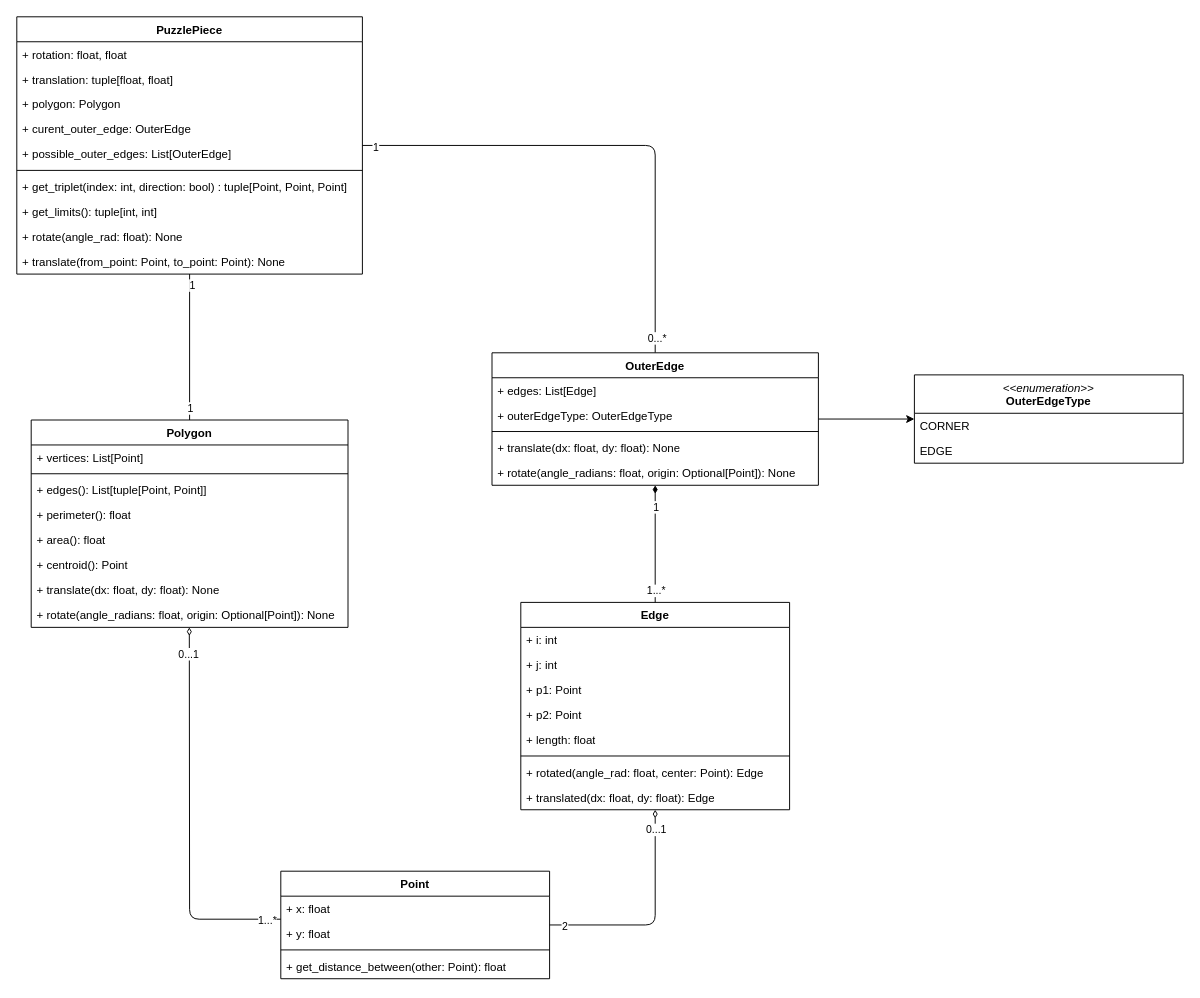
The draw.io diagram diagrams/PuzzlePieceClassDiagram.drawio in pren-puzzle-robot/simulator, before the edit. Source tidied: cells renumbered, new cells numbered last; positions are measured from the earlier drawing's top-left corner, leaving out a move shared by most shapes. Both pictures are drawn from the tidied source at 96%, with x=0, y=0 at pixel (16, 16).
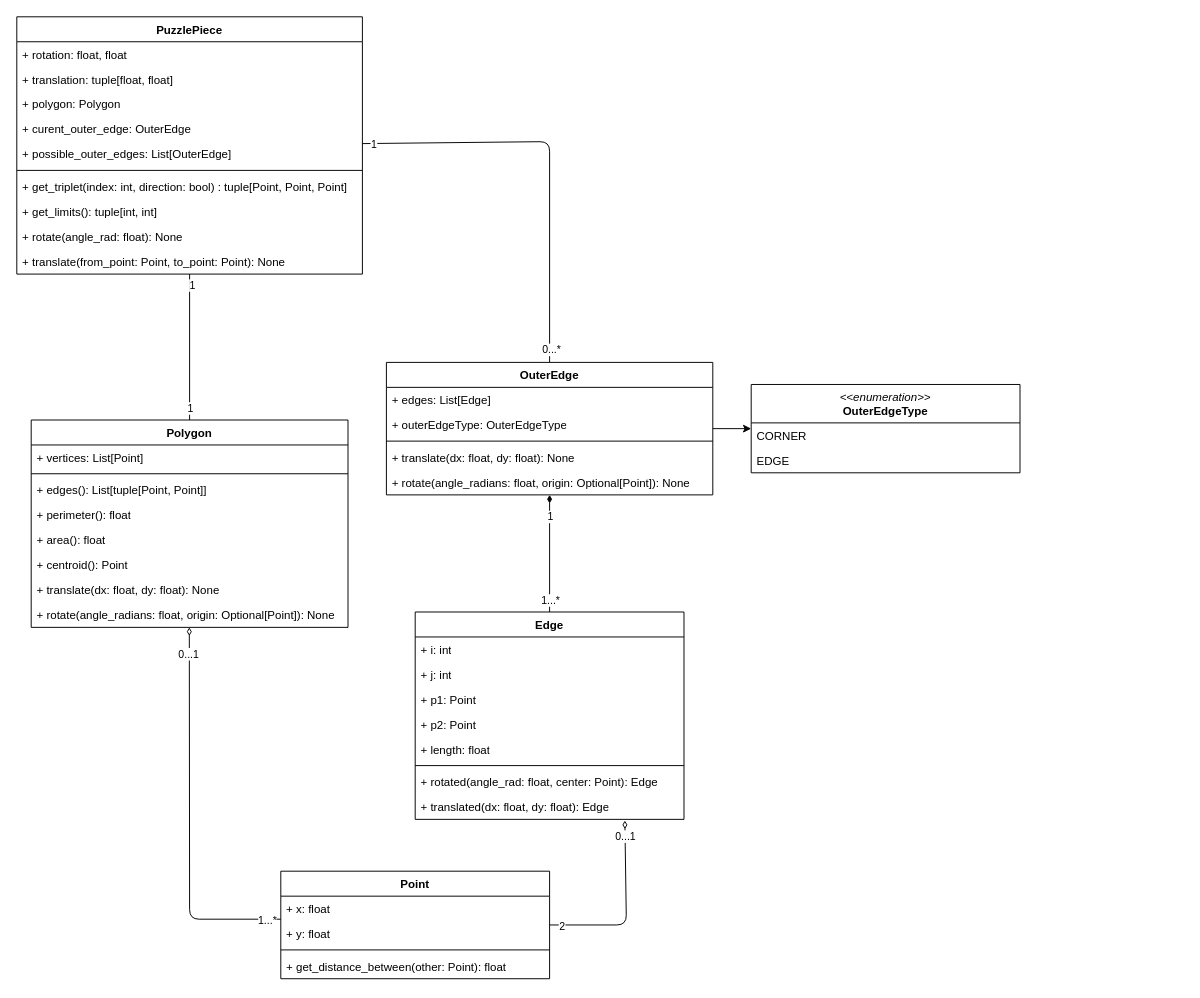
The same page after the edit.

Unchanged cells that the change refers to:
```xml
<mxCell id="8" value="PuzzlePiece" style="swimlane;fontStyle=1;align=center;verticalAlign=top;horizontal=1;startSize=26;rounded=0;shadow=0;strokeWidth=1;" parent="1" vertex="1">
  <mxGeometry width="360" height="268" as="geometry" />
</mxCell>
<mxCell id="19" value="Point" style="swimlane;fontStyle=1;align=center;verticalAlign=top;horizontal=1;startSize=26;whiteSpace=wrap;html=1;" parent="1" vertex="1">
  <mxGeometry x="275" y="890" width="280" height="112" as="geometry" />
</mxCell>
<mxCell id="47" value="+ translated(dx: float, dy: float): Edge" style="text;strokeColor=none;fillColor=none;align=left;verticalAlign=top;spacingLeft=4;spacingRight=4;overflow=hidden;points=[[0,0.5],[1,0.5]];portConstraint=eastwest;whiteSpace=wrap;html=1;" parent="39" vertex="1">
  <mxGeometry y="190" width="280" height="26" as="geometry" />
</mxCell>
```

Change to the diagram source:
```diff
@@
     <mxCell id="2" style="edgeStyle=none;html=1;endArrow=none;endFill=0;" parent="1" edge="1" source="8" target="52">
       <mxGeometry relative="1" as="geometry">
         <Array as="points">
-          <mxPoint x="665" y="134" />
+          <mxPoint x="555" y="130" />
         </Array>
       </mxGeometry>
     </mxCell>
@@
-    <mxCell id="36" style="edgeStyle=none;html=1;endArrow=none;endFill=0;startArrow=diamondThin;startFill=0;" parent="1" edge="1" source="39" target="19">
+    <mxCell id="36" style="edgeStyle=none;html=1;endArrow=none;endFill=0;startArrow=diamondThin;startFill=0;exitX=0.78;exitY=1.048;exitDx=0;exitDy=0;exitPerimeter=0;" parent="1" edge="1" source="47" target="19">
       <mxGeometry relative="1" as="geometry">
         <Array as="points">
-          <mxPoint x="665" y="946" />
+          <mxPoint x="635" y="946" />
         </Array>
       </mxGeometry>
     </mxCell>
@@
     <mxCell id="39" value="Edge" style="swimlane;fontStyle=1;align=center;verticalAlign=top;horizontal=1;startSize=26;whiteSpace=wrap;html=1;" parent="1" vertex="1">
-      <mxGeometry x="525" y="610" width="280" height="216" as="geometry" />
+      <mxGeometry x="415" y="620" width="280" height="216" as="geometry" />
     </mxCell>
@@
     <mxCell id="52" value="OuterEdge" style="swimlane;fontStyle=1;align=center;verticalAlign=top;horizontal=1;startSize=26;whiteSpace=wrap;html=1;" parent="1" vertex="1">
-      <mxGeometry x="495" y="350" width="340" height="138" as="geometry" />
+      <mxGeometry x="385" y="360" width="340" height="138" as="geometry" />
     </mxCell>
@@
     <mxCell id="58" value="&lt;span style=&quot;font-weight: normal;&quot;&gt;&lt;i&gt;&amp;lt;&amp;lt;enumeration&amp;gt;&amp;gt;&lt;/i&gt;&lt;/span&gt;&lt;br&gt;OuterEdgeType" style="swimlane;fontStyle=1;align=center;verticalAlign=top;horizontal=1;startSize=40;whiteSpace=wrap;html=1;" parent="1" vertex="1">
-      <mxGeometry x="935" y="373" width="280" height="92" as="geometry" />
+      <mxGeometry x="765" y="383" width="280" height="92" as="geometry" />
     </mxCell>
```
